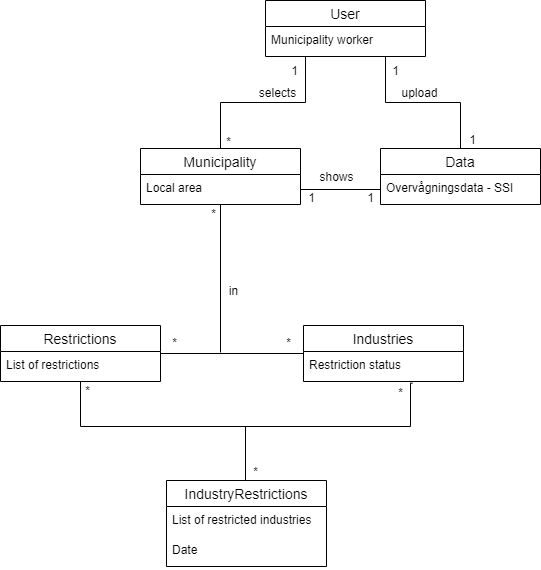
This is Dokumentation/Modeller/Domænemodel.png from kasp470f/1semester, a draw.io export, as it was before one commit. Source tidied: cells renumbered, new cells last; positions are measured from the earlier drawing's top-left corner, leaving out a move shared by most shapes. The source it was exported from:
```xml
<mxGraphModel>
  <root>
    <mxCell id="0" />
    <mxCell id="1" parent="0" />
    <mxCell id="2" style="edgeStyle=orthogonalEdgeStyle;rounded=0;jettySize=auto;html=1;entryX=0.5;entryY=0;entryDx=0;entryDy=0;endArrow=none;endFill=0;exitX=0.25;exitY=1;exitDx=0;exitDy=0;" parent="1" edge="1" source="3" target="15">
      <mxGeometry relative="1" as="geometry" />
    </mxCell>
    <mxCell id="3" value="User" style="swimlane;fontStyle=0;horizontal=1;startSize=26;align=center;fontSize=14;" parent="1" vertex="1">
      <mxGeometry x="265" width="160" height="56" as="geometry" />
    </mxCell>
    <mxCell id="4" value="Municipality worker" style="text;strokeColor=none;fillColor=none;spacingLeft=4;spacingRight=4;overflow=hidden;fontSize=12;" parent="3" vertex="1">
      <mxGeometry y="26" width="160" height="30" as="geometry" />
    </mxCell>
    <mxCell id="5" style="edgeStyle=orthogonalEdgeStyle;rounded=0;jettySize=auto;html=1;exitX=0.5;exitY=0;exitDx=0;exitDy=0;entryX=0.75;entryY=1;entryDx=0;entryDy=0;endArrow=none;endFill=0;" parent="1" edge="1" source="6" target="3">
      <mxGeometry relative="1" as="geometry" />
    </mxCell>
    <mxCell id="6" value="Data" style="swimlane;fontStyle=0;horizontal=1;startSize=26;align=center;fontSize=14;" parent="1" vertex="1">
      <mxGeometry x="380" y="148" width="160" height="56" as="geometry" />
    </mxCell>
    <mxCell id="7" value="Overvågningsdata - SSI" style="text;strokeColor=none;fillColor=none;spacingLeft=4;spacingRight=4;overflow=hidden;points=[[0,0.5],[1,0.5]];portConstraint=eastwest;fontSize=12;" parent="6" vertex="1">
      <mxGeometry y="26" width="160" height="30" as="geometry" />
    </mxCell>
    <mxCell id="8" style="edgeStyle=orthogonalEdgeStyle;rounded=0;jettySize=auto;html=1;endArrow=none;endFill=0;" parent="1" edge="1" source="10" target="12">
      <mxGeometry relative="1" as="geometry" />
    </mxCell>
    <mxCell id="9" style="edgeStyle=orthogonalEdgeStyle;rounded=0;jettySize=auto;html=1;entryX=0.681;entryY=1.056;entryDx=0;entryDy=0;entryPerimeter=0;endArrow=none;endFill=0;" parent="1" edge="1" source="10" target="13">
      <mxGeometry relative="1" as="geometry">
        <Array as="points">
          <mxPoint x="80" y="426" />
          <mxPoint x="410" y="426" />
          <mxPoint x="410" y="383" />
        </Array>
      </mxGeometry>
    </mxCell>
    <mxCell id="10" value="Restrictions" style="swimlane;fontStyle=0;horizontal=1;startSize=26;align=center;fontSize=14;" parent="1" vertex="1">
      <mxGeometry y="325" width="160" height="56" as="geometry" />
    </mxCell>
    <mxCell id="11" value="List of restrictions" style="text;strokeColor=none;fillColor=none;spacingLeft=4;spacingRight=4;overflow=hidden;fontSize=12;" parent="10" vertex="1">
      <mxGeometry y="26" width="160" height="30" as="geometry" />
    </mxCell>
    <mxCell id="12" value="Industries" style="swimlane;fontStyle=0;horizontal=1;startSize=26;align=center;fontSize=14;" parent="1" vertex="1">
      <mxGeometry x="303" y="325" width="160" height="56" as="geometry" />
    </mxCell>
    <mxCell id="13" value="Restriction status" style="text;strokeColor=none;fillColor=none;spacingLeft=4;spacingRight=4;overflow=hidden;points=[[0,0.5],[1,0.5]];portConstraint=eastwest;fontSize=12;" parent="12" vertex="1">
      <mxGeometry y="26" width="160" height="30" as="geometry" />
    </mxCell>
    <mxCell id="14" style="edgeStyle=orthogonalEdgeStyle;rounded=0;jettySize=auto;html=1;endArrow=none;endFill=0;" parent="1" edge="1" source="15">
      <mxGeometry relative="1" as="geometry">
        <mxPoint x="220" y="352" as="targetPoint" />
      </mxGeometry>
    </mxCell>
    <mxCell id="15" value="Municipality" style="swimlane;fontStyle=0;horizontal=1;startSize=26;align=center;fontSize=14;" parent="1" vertex="1">
      <mxGeometry x="140" y="148" width="160" height="56" as="geometry" />
    </mxCell>
    <mxCell id="16" value="Local area" style="text;strokeColor=none;fillColor=none;spacingLeft=4;spacingRight=4;overflow=hidden;points=[[0,0.5],[1,0.5]];portConstraint=eastwest;fontSize=12;" parent="15" vertex="1">
      <mxGeometry y="26" width="160" height="30" as="geometry" />
    </mxCell>
    <mxCell id="17" style="edgeStyle=orthogonalEdgeStyle;rounded=0;jettySize=auto;html=1;exitX=1;exitY=0.5;exitDx=0;exitDy=0;entryX=0;entryY=0.5;entryDx=0;entryDy=0;endArrow=none;endFill=0;" parent="1" edge="1" source="16" target="7">
      <mxGeometry relative="1" as="geometry" />
    </mxCell>
    <mxCell id="18" value="selects" style="text;html=1;align=center;verticalAlign=middle;" parent="1" vertex="1">
      <mxGeometry x="253" y="83" width="47" height="18" as="geometry" />
    </mxCell>
    <mxCell id="19" value="1" style="text;html=1;align=center;verticalAlign=middle;" parent="1" vertex="1">
      <mxGeometry x="285" y="61" width="17" height="18" as="geometry" />
    </mxCell>
    <mxCell id="20" value="*" style="text;html=1;align=center;verticalAlign=middle;" parent="1" vertex="1">
      <mxGeometry x="220" y="132" width="15" height="18" as="geometry" />
    </mxCell>
    <mxCell id="21" value="1" style="text;html=1;align=center;verticalAlign=middle;" parent="1" vertex="1">
      <mxGeometry x="302" y="188" width="17" height="18" as="geometry" />
    </mxCell>
    <mxCell id="22" value="1" style="text;html=1;align=center;verticalAlign=middle;" parent="1" vertex="1">
      <mxGeometry x="361" y="188" width="17" height="18" as="geometry" />
    </mxCell>
    <mxCell id="23" value="*" style="text;html=1;align=center;verticalAlign=middle;" parent="1" vertex="1">
      <mxGeometry x="205" y="204" width="15" height="18" as="geometry" />
    </mxCell>
    <mxCell id="24" value="upload" style="text;html=1;align=center;verticalAlign=middle;" parent="1" vertex="1">
      <mxGeometry x="396" y="83" width="46" height="18" as="geometry" />
    </mxCell>
    <mxCell id="25" value="1" style="text;html=1;align=center;verticalAlign=middle;" parent="1" vertex="1">
      <mxGeometry x="463" y="130" width="17" height="18" as="geometry" />
    </mxCell>
    <mxCell id="26" value="1" style="text;html=1;align=center;verticalAlign=middle;" parent="1" vertex="1">
      <mxGeometry x="386" y="61" width="17" height="18" as="geometry" />
    </mxCell>
    <mxCell id="27" value="shows" style="text;html=1;align=center;verticalAlign=middle;" parent="1" vertex="1">
      <mxGeometry x="314" y="167" width="44" height="18" as="geometry" />
    </mxCell>
    <mxCell id="28" value="in" style="text;html=1;align=center;verticalAlign=middle;" parent="1" vertex="1">
      <mxGeometry x="223" y="281" width="19" height="18" as="geometry" />
    </mxCell>
    <mxCell id="29" style="endArrow=none;html=1;" parent="1" edge="1">
      <mxGeometry relative="1" as="geometry">
        <mxPoint x="245" y="482" as="sourcePoint" />
        <mxPoint x="245" y="426" as="targetPoint" />
      </mxGeometry>
    </mxCell>
    <mxCell id="30" value="IndustryRestrictions" style="swimlane;fontStyle=0;horizontal=1;startSize=26;align=center;fontSize=14;" parent="1" vertex="1">
      <mxGeometry x="166" y="480" width="160" height="86" as="geometry" />
    </mxCell>
    <mxCell id="31" value="List of restricted industries" style="text;strokeColor=none;fillColor=none;spacingLeft=4;spacingRight=4;overflow=hidden;points=[[0,0.5],[1,0.5]];portConstraint=eastwest;fontSize=12;" parent="30" vertex="1">
      <mxGeometry y="26" width="160" height="30" as="geometry" />
    </mxCell>
    <mxCell id="32" value="Date" style="text;strokeColor=none;fillColor=none;spacingLeft=4;spacingRight=4;overflow=hidden;fontSize=12;" parent="30" vertex="1">
      <mxGeometry y="56" width="160" height="30" as="geometry" />
    </mxCell>
    <mxCell id="33" value="*" style="text;html=1;align=center;verticalAlign=middle;" parent="1" vertex="1">
      <mxGeometry x="280" y="333" width="15" height="18" as="geometry" />
    </mxCell>
    <mxCell id="34" value="*" style="text;html=1;align=center;verticalAlign=middle;" parent="1" vertex="1">
      <mxGeometry x="166" y="333" width="15" height="18" as="geometry" />
    </mxCell>
    <mxCell id="35" value="*" style="text;html=1;align=center;verticalAlign=middle;" parent="1" vertex="1">
      <mxGeometry x="247" y="462" width="15" height="18" as="geometry" />
    </mxCell>
    <mxCell id="36" value="*" style="text;html=1;align=center;verticalAlign=middle;" parent="1" vertex="1">
      <mxGeometry x="79" y="381" width="15" height="18" as="geometry" />
    </mxCell>
    <mxCell id="37" value="*" style="text;html=1;align=center;verticalAlign=middle;" parent="1" vertex="1">
      <mxGeometry x="392" y="383" width="15" height="18" as="geometry" />
    </mxCell>
  </root>
</mxGraphModel>
```
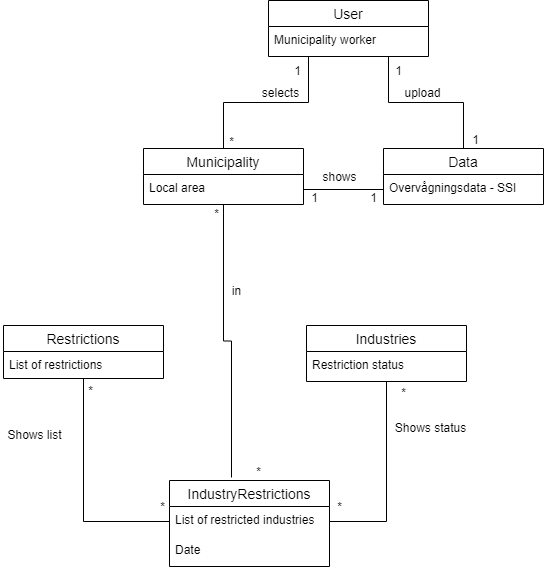
The same file after the commit.

Diff of the diagram source:
```diff
@@ -20,24 +20,18 @@
     <mxCell id="7" value="Overvågningsdata - SSI" style="text;strokeColor=none;fillColor=none;spacingLeft=4;spacingRight=4;overflow=hidden;points=[[0,0.5],[1,0.5]];portConstraint=eastwest;fontSize=12;" parent="6" vertex="1">
       <mxGeometry y="26" width="160" height="30" as="geometry" />
     </mxCell>
-    <mxCell id="8" style="edgeStyle=orthogonalEdgeStyle;rounded=0;jettySize=auto;html=1;endArrow=none;endFill=0;" parent="1" edge="1" source="10" target="12">
-      <mxGeometry relative="1" as="geometry" />
-    </mxCell>
-    <mxCell id="9" style="edgeStyle=orthogonalEdgeStyle;rounded=0;jettySize=auto;html=1;entryX=0.681;entryY=1.056;entryDx=0;entryDy=0;entryPerimeter=0;endArrow=none;endFill=0;" parent="1" edge="1" source="10" target="13">
-      <mxGeometry relative="1" as="geometry">
-        <Array as="points">
-          <mxPoint x="80" y="426" />
-          <mxPoint x="410" y="426" />
-          <mxPoint x="410" y="383" />
-        </Array>
-      </mxGeometry>
-    </mxCell>
+    <mxCell id="38" style="edgeStyle=orthogonalEdgeStyle;rounded=0;jettySize=auto;html=1;entryX=0;entryY=0.5;entryDx=0;entryDy=0;endArrow=none;endFill=0;" parent="1" edge="1" source="10" target="31">
+      <mxGeometry relative="1" as="geometry" />
+    </mxCell>
     <mxCell id="10" value="Restrictions" style="swimlane;fontStyle=0;horizontal=1;startSize=26;align=center;fontSize=14;" parent="1" vertex="1">
-      <mxGeometry y="325" width="160" height="56" as="geometry" />
+      <mxGeometry y="325" width="160" height="53" as="geometry" />
     </mxCell>
     <mxCell id="11" value="List of restrictions" style="text;strokeColor=none;fillColor=none;spacingLeft=4;spacingRight=4;overflow=hidden;fontSize=12;" parent="10" vertex="1">
-      <mxGeometry y="26" width="160" height="30" as="geometry" />
+      <mxGeometry y="26" width="160" height="27" as="geometry" />
     </mxCell>
+    <mxCell id="39" style="edgeStyle=orthogonalEdgeStyle;rounded=0;jettySize=auto;html=1;entryX=1;entryY=0.5;entryDx=0;entryDy=0;endArrow=none;endFill=0;" parent="1" edge="1" source="12" target="31">
+      <mxGeometry relative="1" as="geometry" />
+    </mxCell>
     <mxCell id="12" value="Industries" style="swimlane;fontStyle=0;horizontal=1;startSize=26;align=center;fontSize=14;" parent="1" vertex="1">
       <mxGeometry x="303" y="325" width="160" height="56" as="geometry" />
     </mxCell>
@@ -46,7 +40,7 @@
     </mxCell>
     <mxCell id="14" style="edgeStyle=orthogonalEdgeStyle;rounded=0;jettySize=auto;html=1;endArrow=none;endFill=0;" parent="1" edge="1" source="15">
       <mxGeometry relative="1" as="geometry">
-        <mxPoint x="220" y="352" as="targetPoint" />
+        <mxPoint x="228" y="477" as="targetPoint" />
       </mxGeometry>
     </mxCell>
     <mxCell id="15" value="Municipality" style="swimlane;fontStyle=0;horizontal=1;startSize=26;align=center;fontSize=14;" parent="1" vertex="1">
@@ -91,12 +85,6 @@
     <mxCell id="28" value="in" style="text;html=1;align=center;verticalAlign=middle;" parent="1" vertex="1">
       <mxGeometry x="223" y="281" width="19" height="18" as="geometry" />
     </mxCell>
-    <mxCell id="29" style="endArrow=none;html=1;" parent="1" edge="1">
-      <mxGeometry relative="1" as="geometry">
-        <mxPoint x="245" y="482" as="sourcePoint" />
-        <mxPoint x="245" y="426" as="targetPoint" />
-      </mxGeometry>
-    </mxCell>
     <mxCell id="30" value="IndustryRestrictions" style="swimlane;fontStyle=0;horizontal=1;startSize=26;align=center;fontSize=14;" parent="1" vertex="1">
       <mxGeometry x="166" y="480" width="160" height="86" as="geometry" />
     </mxCell>
@@ -107,10 +95,10 @@
       <mxGeometry y="56" width="160" height="30" as="geometry" />
     </mxCell>
     <mxCell id="33" value="*" style="text;html=1;align=center;verticalAlign=middle;" parent="1" vertex="1">
-      <mxGeometry x="280" y="333" width="15" height="18" as="geometry" />
+      <mxGeometry x="328.5" y="497" width="15" height="18" as="geometry" />
     </mxCell>
     <mxCell id="34" value="*" style="text;html=1;align=center;verticalAlign=middle;" parent="1" vertex="1">
-      <mxGeometry x="166" y="333" width="15" height="18" as="geometry" />
+      <mxGeometry x="151" y="497" width="15" height="18" as="geometry" />
     </mxCell>
     <mxCell id="35" value="*" style="text;html=1;align=center;verticalAlign=middle;" parent="1" vertex="1">
       <mxGeometry x="247" y="462" width="15" height="18" as="geometry" />
@@ -121,5 +109,11 @@
     <mxCell id="37" value="*" style="text;html=1;align=center;verticalAlign=middle;" parent="1" vertex="1">
       <mxGeometry x="392" y="383" width="15" height="18" as="geometry" />
     </mxCell>
+    <mxCell id="40" value="Shows list" style="text;html=1;strokeColor=none;fillColor=none;align=center;verticalAlign=middle;whiteSpace=wrap;rounded=0;" parent="1" vertex="1">
+      <mxGeometry x="-3" y="424" width="69" height="20" as="geometry" />
+    </mxCell>
+    <mxCell id="41" value="Shows status" style="text;html=1;strokeColor=none;fillColor=none;align=center;verticalAlign=middle;whiteSpace=wrap;rounded=0;" parent="1" vertex="1">
+      <mxGeometry x="390" y="417" width="75" height="20" as="geometry" />
+    </mxCell>
   </root>
 </mxGraphModel>
```
